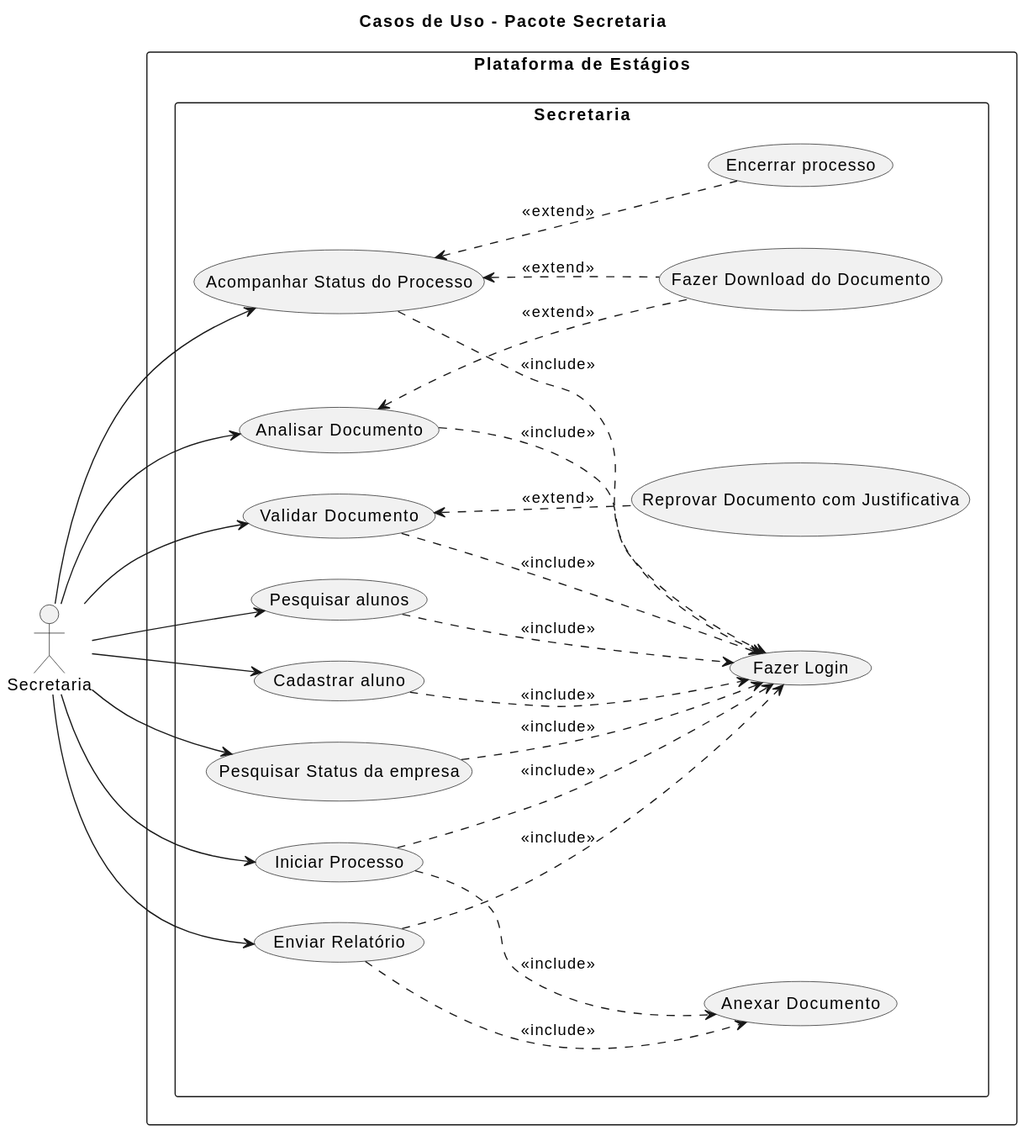
Above: docs/assets/Diagramas/out/casos_de_uso_secretaria.svg in Projetos-de-Extensao/PBE_26.1_8002_III (PlantUML), before the change.
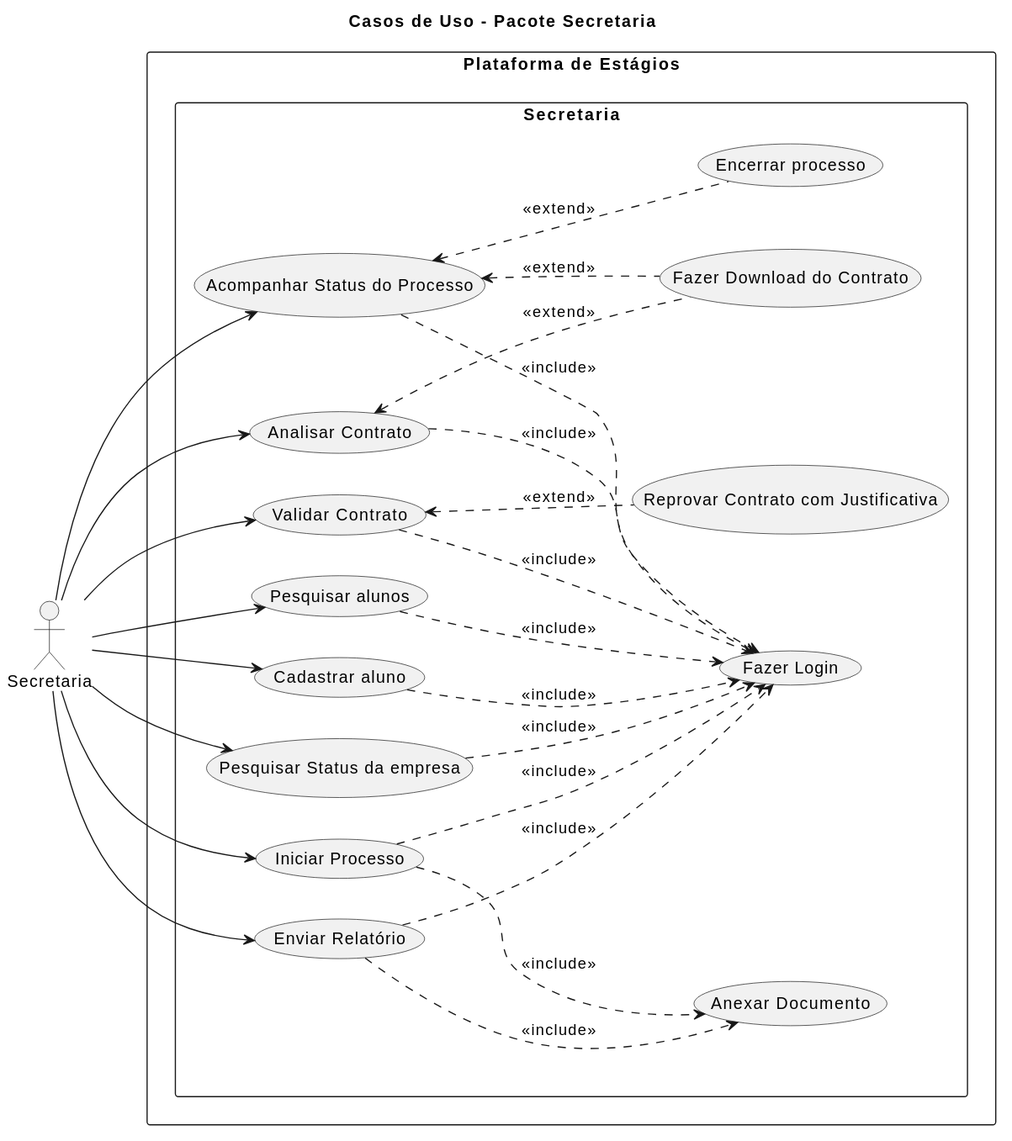
The same file after the commit.

Change to the diagram source:
```diff
@@ -11,8 +11,8 @@
 usecase "Fazer Login" as login
 usecase "Anexar Documento" as enviar
 
-usecase "Validar Documento" as validarDoc
-usecase "Analisar Documento" as analisarDoc
+usecase "Validar Contrato" as validarDoc
+usecase "Analisar Contrato" as analisarDoc
 usecase "Acompanhar Status do Processo" as acompanhar
 usecase "Pesquisar alunos" as pesquisarAlunos
 usecase "Cadastrar aluno" as cadastrarAluno
@@ -20,9 +20,9 @@
 usecase "Iniciar Processo" as iniciar
 usecase "Enviar Relatório" as enviarHoras
 
-usecase "Reprovar Documento com Justificativa" as reprovarJustificativa
+usecase "Reprovar Contrato com Justificativa" as reprovarJustificativa
 usecase "Encerrar processo" as encerrar
-usecase "Fazer Download do Documento" as download
+usecase "Fazer Download do Contrato" as download
 }
 
 }
```
